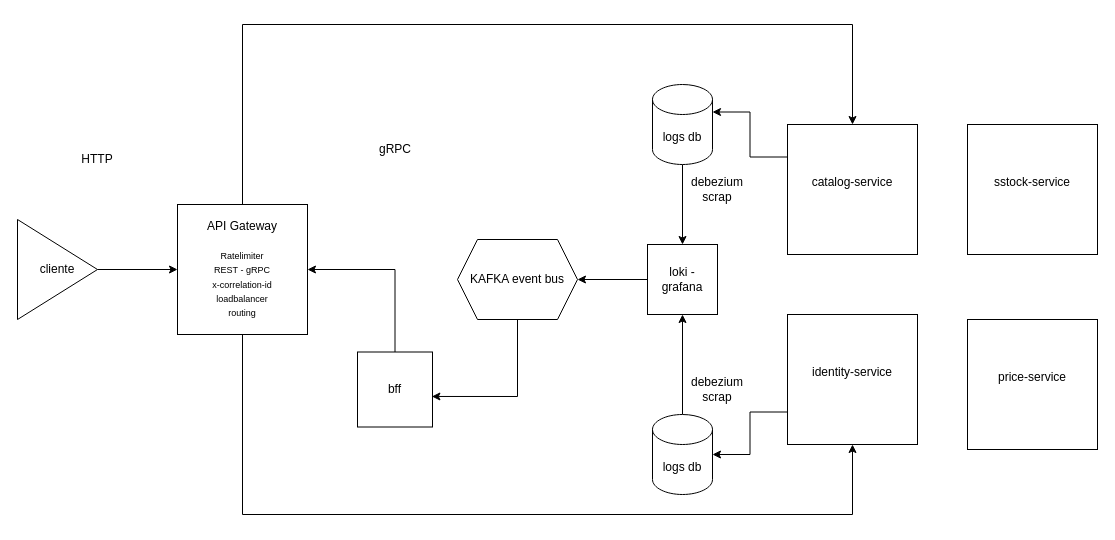
nicoprogramming1/melown keeps this draw.io diagram as c4-diagram.drawio. Above is the earlier version. Source tidied: cells renumbered, new cells numbered last; positions are measured from the earlier drawing's top-left corner, leaving out a move shared by most shapes. Both pictures are drawn from the tidied source at 100%, with x=0, y=0 at pixel (17, 24).
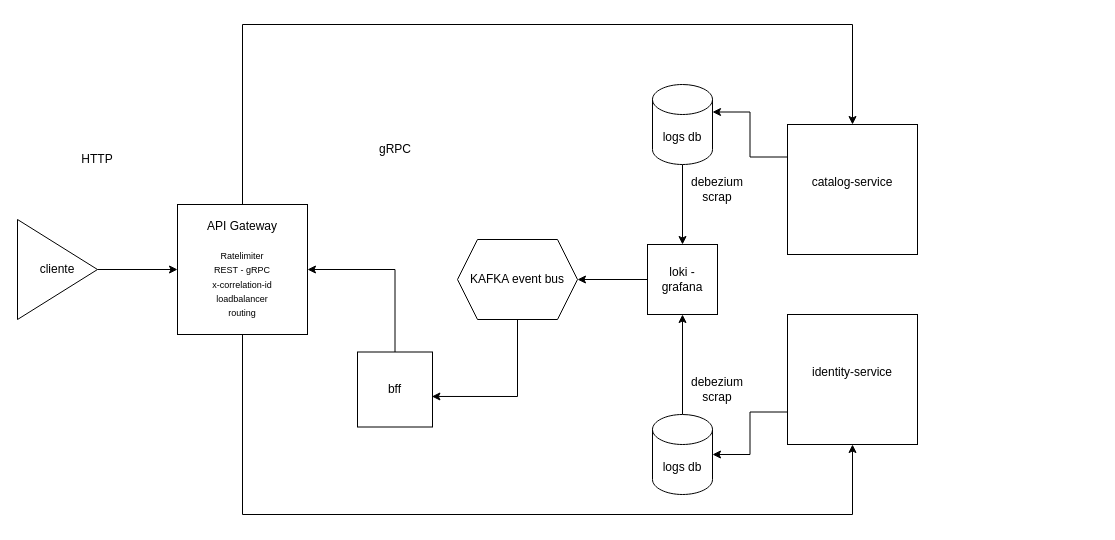
The same diagram, later.

Diff of the diagram source:
```diff
@@
-    <mxCell id="25" value="sstock-service&lt;div&gt;&lt;br&gt;&lt;/div&gt;" style="whiteSpace=wrap;html=1;" parent="1" vertex="1">
-      <mxGeometry x="950" y="100" width="130" height="130" as="geometry" />
-    </mxCell>
-    <mxCell id="26" value="price-service&lt;div&gt;&lt;br&gt;&lt;/div&gt;" style="whiteSpace=wrap;html=1;" parent="1" vertex="1">
-      <mxGeometry x="950" y="295" width="130" height="130" as="geometry" />
-    </mxCell>
```
